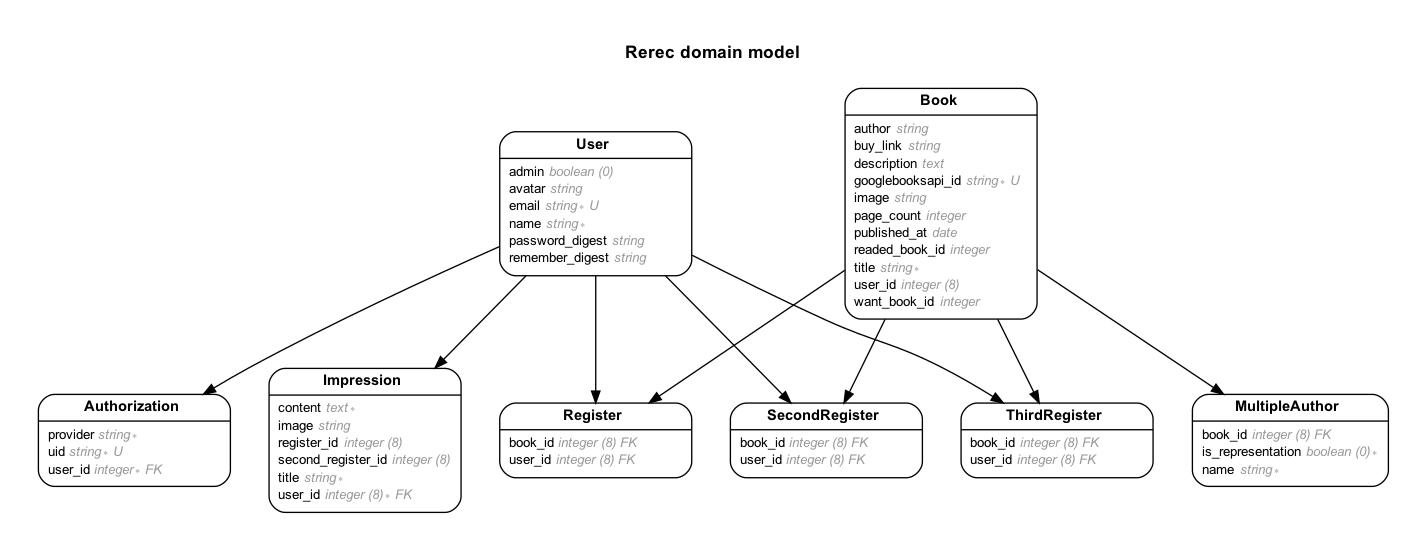
Yosuke23/rerec keeps this Graphviz diagram as erd.png. Above is the earlier version. Its source is kept beside it as erd.dot.
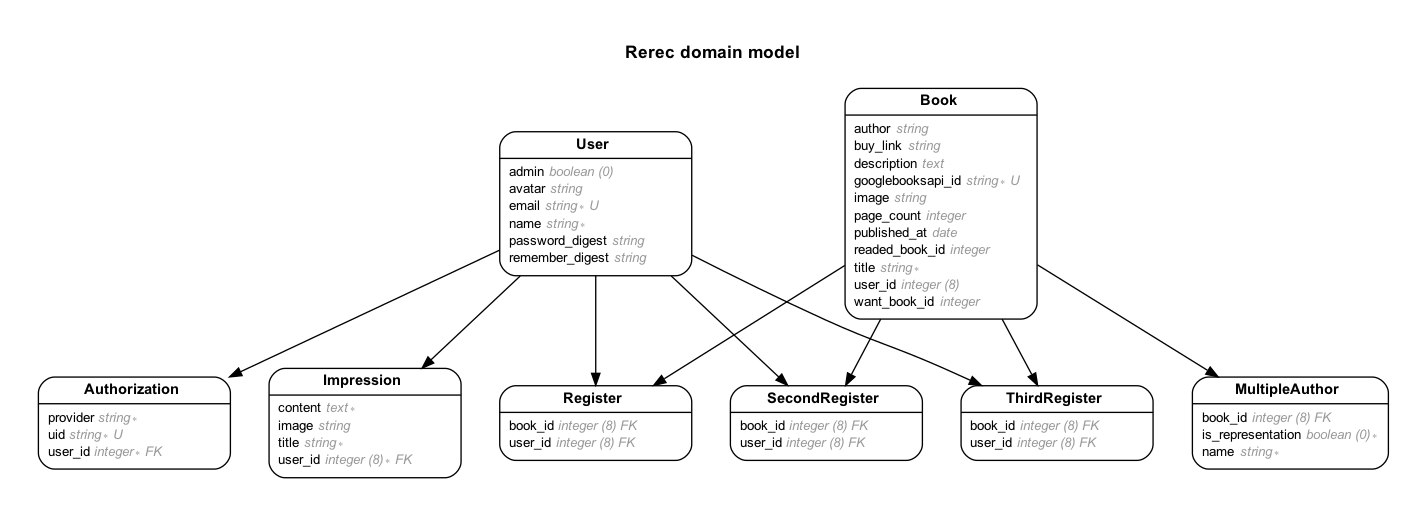
The same diagram one commit later.

The edit, as a diff of the source:
```diff
@@ -48,8 +48,6 @@
 <table border="0" align="left" cellspacing="2" cellpadding="0" width="134">
   <tr><td align="left" width="130" port="content">content <font face="Arial Italic" color="grey60">text ∗</font></td></tr>
   <tr><td align="left" width="130" port="image">image <font face="Arial Italic" color="grey60">string</font></td></tr>
-  <tr><td align="left" width="130" port="register_id">register_id <font face="Arial Italic" color="grey60">integer (8)</font></td></tr>
-  <tr><td align="left" width="130" port="second_register_id">second_register_id <font face="Arial Italic" color="grey60">integer (8)</font></td></tr>
   <tr><td align="left" width="130" port="title">title <font face="Arial Italic" color="grey60">string ∗</font></td></tr>
   <tr><td align="left" width="130" port="user_id">user_id <font face="Arial Italic" color="grey60">integer (8) ∗ FK</font></td></tr>
 </table>
```
